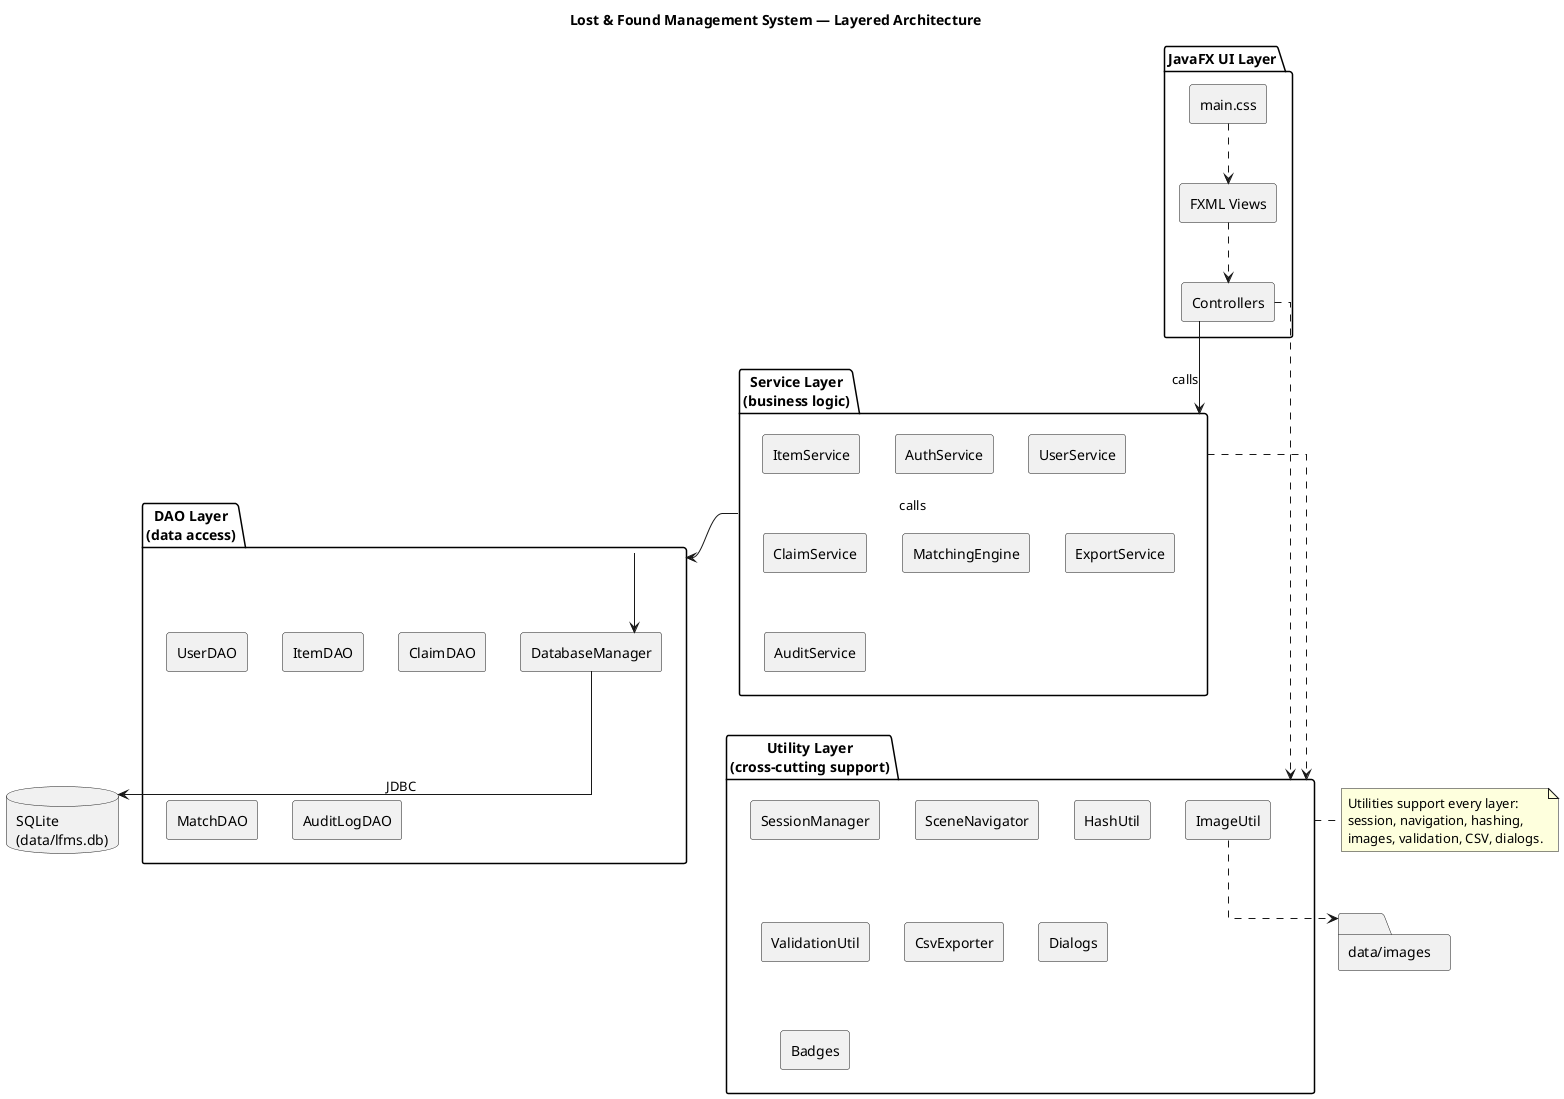
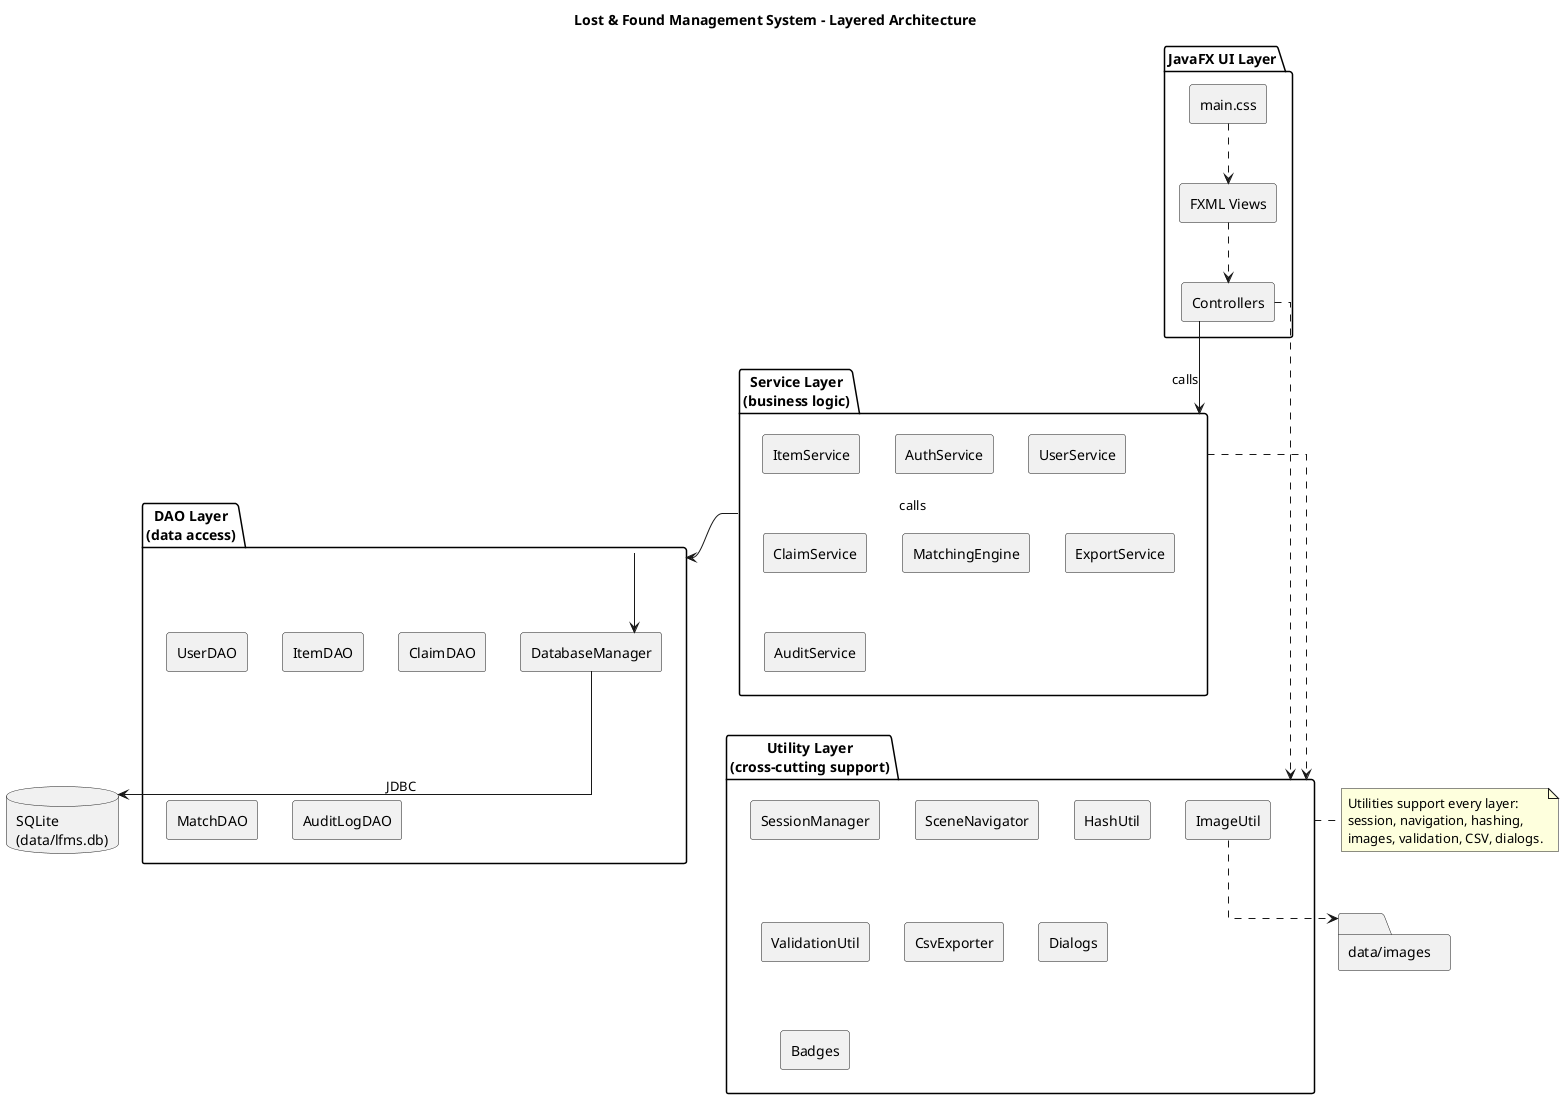
@startuml architecture
- title Lost & Found Management System — Layered Architecture
+ title Lost & Found Management System - Layered Architecture
skinparam componentStyle rectangle
skinparam linetype ortho

package "JavaFX UI Layer" as UI {
  [FXML Views] as FXML
  [main.css] as CSS
  [Controllers] as CTRL
}

package "Service Layer\n(business logic)" as SVC {
  [AuthService]
  [UserService]
  [ItemService]
  [ClaimService]
  [MatchingEngine]
  [ExportService]
  [AuditService]
}

package "DAO Layer\n(data access)" as DAO {
  [UserDAO]
  [ItemDAO]
  [ClaimDAO]
  [MatchDAO]
  [AuditLogDAO]
  [DatabaseManager]
}

package "Utility Layer\n(cross-cutting support)" as UTIL {
  [SessionManager]
  [SceneNavigator]
  [HashUtil]
  [ImageUtil]
  [ValidationUtil]
  [CsvExporter]
  [Dialogs]
  [Badges]
}

database "SQLite\n(data/lfms.db)" as DB
folder "data/images" as IMG

FXML ..> CTRL
CSS ..> FXML
CTRL --> SVC : calls
SVC --> DAO : calls
DAO --> [DatabaseManager]
[DatabaseManager] --> DB : JDBC

CTRL ..> UTIL
SVC ..> UTIL
[ImageUtil] ..> IMG

note right of UTIL
  Utilities support every layer:
  session, navigation, hashing,
  images, validation, CSV, dialogs.
end note
@enduml
